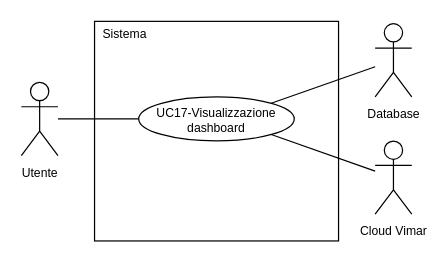
Above: 2-RTB/Documenti_esterni/Analisi_dei_requisiti/draw.io/UC17.drawio in SnakeByteTeam/snakebyteteam.github.io (draw.io), before the change. Source tidied: cells renumbered, new cells numbered last; positions are measured from the earlier drawing's top-left corner, leaving out a move shared by most shapes. Both pictures are drawn from the tidied source at 122%, with x=0, y=0 at pixel (21, 21).
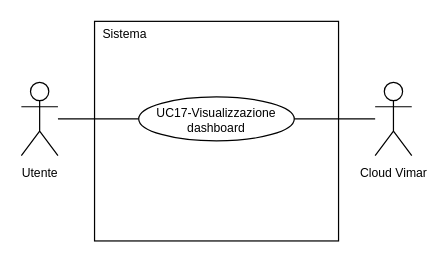
The same page after the edit.

The edit, as a diff of the source:
```diff
@@
 <mxGraphModel>
   <root>
     <mxCell id="0" />
     <mxCell id="1" parent="0" />
     <mxCell id="2" value="&lt;font style=&quot;font-size: 10px; line-height: 100%;&quot;&gt;Utente&lt;/font&gt;" style="shape=umlActor;verticalLabelPosition=bottom;verticalAlign=top;html=1;outlineConnect=0;" parent="1" vertex="1">
       <mxGeometry y="50" width="30" height="60" as="geometry" />
     </mxCell>
     <mxCell id="3" style="rounded=0;whiteSpace=wrap;html=1;" parent="1" vertex="1">
       <mxGeometry x="60" width="200" height="180" as="geometry" />
     </mxCell>
     <mxCell id="4" style="edgeStyle=orthogonalEdgeStyle;rounded=0;jettySize=auto;html=1;exitX=0;exitY=0.5;exitDx=0;exitDy=0;endArrow=none;endFill=0;" parent="1" edge="1" source="5" target="2">
       <mxGeometry relative="1" as="geometry" />
     </mxCell>
     <mxCell id="5" value="&lt;div style=&quot;line-height: 100%;&quot;&gt;&lt;font style=&quot;line-height: 100%; font-size: 10px;&quot;&gt;UC17-Visualizzazione&lt;/font&gt;&lt;/div&gt;&lt;div style=&quot;line-height: 100%;&quot;&gt;&lt;font style=&quot;line-height: 100%; font-size: 10px;&quot;&gt;dashboard&lt;/font&gt;&lt;/div&gt;" style="ellipse;whiteSpace=wrap;html=1;" parent="1" vertex="1">
       <mxGeometry x="96.2" y="61.9" width="127.5" height="36.1" as="geometry" />
     </mxCell>
     <mxCell id="6" value="&lt;font style=&quot;font-size: 10px;&quot;&gt;Sistema&lt;/font&gt;" style="text;html=1;whiteSpace=wrap;strokeColor=none;fillColor=none;align=center;verticalAlign=middle;rounded=0;" parent="1" vertex="1">
       <mxGeometry x="60" width="50" height="20" as="geometry" />
     </mxCell>
-    <mxCell id="7" style="rounded=0;jettySize=auto;html=1;entryX=1;entryY=0;entryDx=0;entryDy=0;endArrow=none;endFill=0;" parent="1" edge="1" source="8" target="5">
-      <mxGeometry relative="1" as="geometry" />
-    </mxCell>
-    <mxCell id="8" value="&lt;font style=&quot;font-size: 10px; line-height: 100%;&quot;&gt;Database&lt;/font&gt;" style="shape=umlActor;verticalLabelPosition=bottom;verticalAlign=top;html=1;outlineConnect=0;" parent="1" vertex="1">
-      <mxGeometry x="290" y="1.9" width="30" height="60" as="geometry" />
-    </mxCell>
-    <mxCell id="9" style="rounded=0;jettySize=auto;html=1;entryX=1;entryY=1;entryDx=0;entryDy=0;endArrow=none;endFill=0;" parent="1" edge="1" source="10" target="5">
+    <mxCell id="9" style="rounded=0;jettySize=auto;html=1;entryX=1;entryY=0.5;entryDx=0;entryDy=0;endArrow=none;endFill=0;" parent="1" edge="1" source="10" target="5">
       <mxGeometry relative="1" as="geometry" />
     </mxCell>
     <mxCell id="10" value="&lt;font style=&quot;font-size: 10px; line-height: 100%;&quot;&gt;Cloud Vimar&lt;/font&gt;" style="shape=umlActor;verticalLabelPosition=bottom;verticalAlign=top;html=1;outlineConnect=0;" parent="1" vertex="1">
-      <mxGeometry x="290" y="98.1" width="30" height="60" as="geometry" />
+      <mxGeometry x="290" y="50" width="30" height="60" as="geometry" />
     </mxCell>
   </root>
 </mxGraphModel>
```
